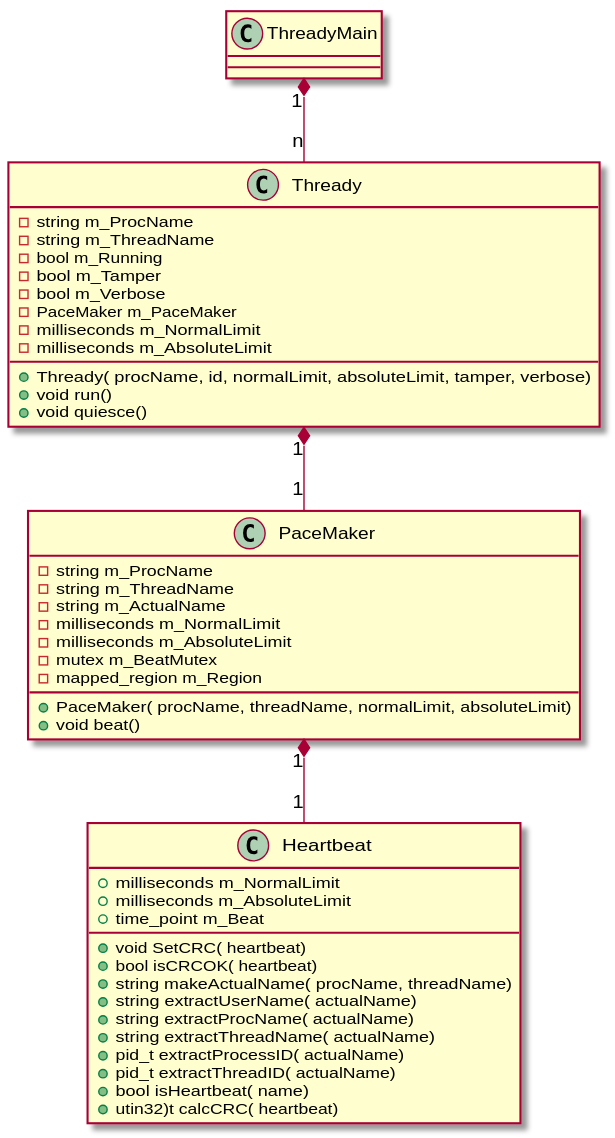
The PlantUML diagram ThreadyMain.svg in delaneymorgan/Watchdog, before a commit.
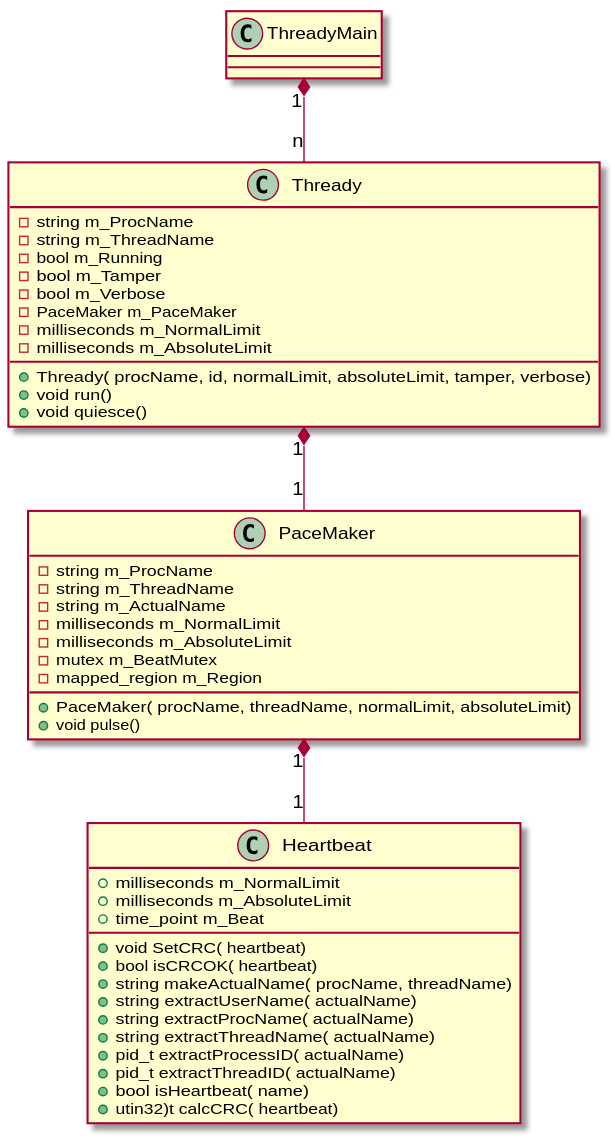
After the commit.

What changed in the source:
```diff
@@ -24,7 +24,7 @@
 -mapped_region m_Region
 
 +PaceMaker( procName, threadName, normalLimit, absoluteLimit)
-+void beat()
++void pulse()
 }
 class Heartbeat {
 +milliseconds m_NormalLimit
```
